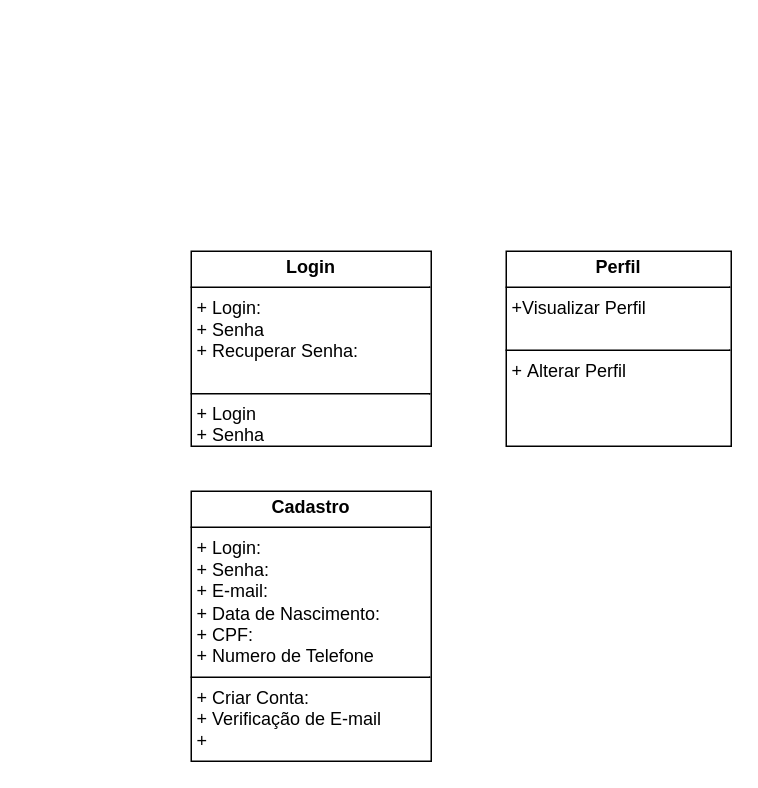
Earlier version of the draw.io diagram page "Página-2" (2 of 2) of Sistema de Cadastro.drawio (LordKz/DiagramasDeRequisitos). Source tidied: cells renumbered, new cells numbered last; positions are measured from the earlier drawing's top-left corner, leaving out a move shared by most shapes. Both pictures are drawn from the tidied source at 150%, with x=0, y=0 at pixel (190, 250).
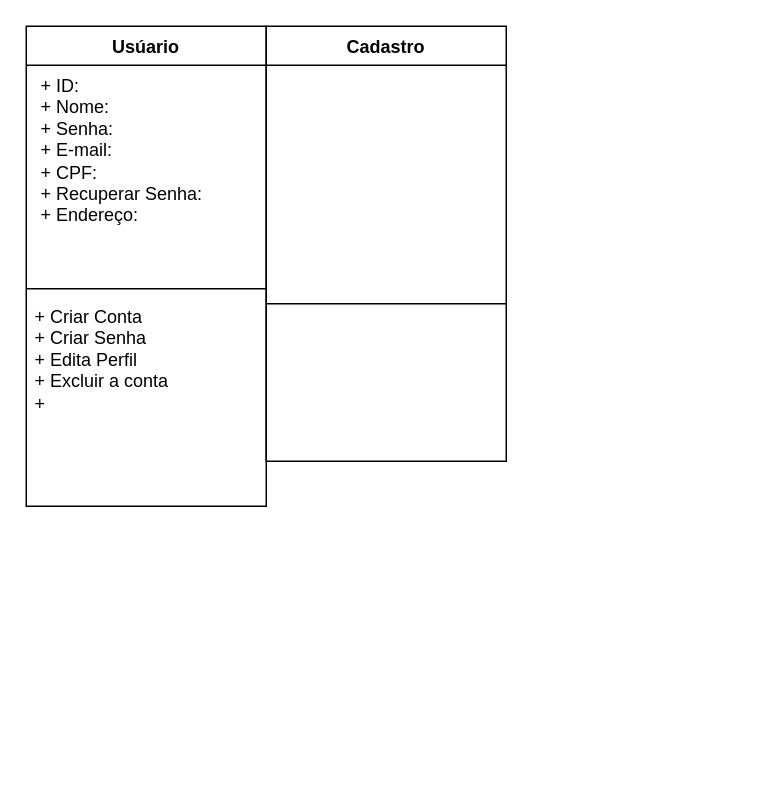
The same page after the edit.

Diff of the diagram source:
```diff
@@
 <mxGraphModel>
   <root>
     <mxCell id="0" />
     <mxCell id="1" parent="0" />
-    <mxCell id="2" value="&lt;p style=&quot;margin:0px;margin-top:4px;text-align:center;&quot;&gt;&lt;b&gt;Login&lt;/b&gt;&lt;/p&gt;&lt;hr size=&quot;1&quot; style=&quot;border-style:solid;&quot;&gt;&lt;p style=&quot;margin:0px;margin-left:4px;&quot;&gt;+ Login:&lt;/p&gt;&lt;p style=&quot;margin:0px;margin-left:4px;&quot;&gt;+ Senha&lt;/p&gt;&lt;p style=&quot;margin:0px;margin-left:4px;&quot;&gt;+ Recuperar Senha:&lt;/p&gt;&lt;p style=&quot;margin:0px;margin-left:4px;&quot;&gt;&lt;br&gt;&lt;/p&gt;&lt;hr size=&quot;1&quot; style=&quot;border-style:solid;&quot;&gt;&lt;p style=&quot;margin:0px;margin-left:4px;&quot;&gt;+ Login&lt;/p&gt;&lt;p style=&quot;margin:0px;margin-left:4px;&quot;&gt;+ Senha&lt;/p&gt;" style="verticalAlign=top;align=left;overflow=fill;html=1;whiteSpace=wrap;" parent="1" vertex="1">
-      <mxGeometry width="160" height="130" as="geometry" />
-    </mxCell>
-    <mxCell id="3" value="&lt;p style=&quot;margin:0px;margin-top:4px;text-align:center;&quot;&gt;&lt;b&gt;Cadastro&lt;/b&gt;&lt;/p&gt;&lt;hr size=&quot;1&quot; style=&quot;border-style:solid;&quot;&gt;&lt;p style=&quot;margin:0px;margin-left:4px;&quot;&gt;+ Login:&lt;/p&gt;&lt;p style=&quot;margin:0px;margin-left:4px;&quot;&gt;+ Senha:&lt;/p&gt;&lt;p style=&quot;margin:0px;margin-left:4px;&quot;&gt;+ E-mail:&lt;/p&gt;&lt;p style=&quot;margin:0px;margin-left:4px;&quot;&gt;+ Data de Nascimento:&lt;/p&gt;&lt;p style=&quot;margin:0px;margin-left:4px;&quot;&gt;+ CPF:&lt;/p&gt;&lt;p style=&quot;margin:0px;margin-left:4px;&quot;&gt;+ Numero de Telefone&lt;/p&gt;&lt;hr size=&quot;1&quot; style=&quot;border-style:solid;&quot;&gt;&lt;p style=&quot;margin:0px;margin-left:4px;&quot;&gt;+ Criar Conta:&lt;/p&gt;&lt;p style=&quot;margin:0px;margin-left:4px;&quot;&gt;+ Verificação de E-mail&lt;/p&gt;&lt;p style=&quot;margin:0px;margin-left:4px;&quot;&gt;+&amp;nbsp;&lt;/p&gt;" style="verticalAlign=top;align=left;overflow=fill;html=1;whiteSpace=wrap;" parent="1" vertex="1">
-      <mxGeometry y="160" width="160" height="180" as="geometry" />
-    </mxCell>
-    <mxCell id="4" value="&lt;p style=&quot;margin:0px;margin-top:4px;text-align:center;&quot;&gt;&lt;b&gt;Perfil&lt;/b&gt;&lt;/p&gt;&lt;hr size=&quot;1&quot; style=&quot;border-style:solid;&quot;&gt;&lt;p style=&quot;margin:0px;margin-left:4px;&quot;&gt;+Visualizar Perfil&lt;/p&gt;&lt;p style=&quot;margin:0px;margin-left:4px;&quot;&gt;&lt;br&gt;&lt;/p&gt;&lt;hr size=&quot;1&quot; style=&quot;border-style:solid;&quot;&gt;&lt;p style=&quot;margin:0px;margin-left:4px;&quot;&gt;+&amp;nbsp;&lt;span style=&quot;background-color: transparent; color: light-dark(rgb(0, 0, 0), rgb(255, 255, 255));&quot;&gt;Alterar Perfil&lt;/span&gt;&lt;/p&gt;&lt;div&gt;&lt;span style=&quot;background-color: transparent; color: light-dark(rgb(0, 0, 0), rgb(255, 255, 255));&quot;&gt;&lt;br&gt;&lt;/span&gt;&lt;/div&gt;" style="verticalAlign=top;align=left;overflow=fill;html=1;whiteSpace=wrap;" parent="1" vertex="1">
-      <mxGeometry x="210" width="150" height="130" as="geometry" />
-    </mxCell>
+    <mxCell id="5" value="Usúario" style="swimlane;fontStyle=1;align=center;verticalAlign=top;horizontal=1;startSize=26;whiteSpace=wrap;html=1;" parent="1" vertex="1">
+      <mxGeometry x="-110" y="-150" width="160" height="320" as="geometry" />
+    </mxCell>
+    <mxCell id="6" value="&lt;p style=&quot;margin: 0px 0px 0px 4px;&quot;&gt;+ ID:&lt;/p&gt;&lt;p style=&quot;margin: 0px 0px 0px 4px;&quot;&gt;+ Nome:&lt;/p&gt;&lt;p style=&quot;margin: 0px 0px 0px 4px;&quot;&gt;+ Senha:&lt;/p&gt;&lt;p style=&quot;margin: 0px 0px 0px 4px;&quot;&gt;+ E-mail:&lt;/p&gt;&lt;p style=&quot;margin: 0px 0px 0px 4px;&quot;&gt;+ CPF:&lt;/p&gt;&lt;p style=&quot;margin: 0px 0px 0px 4px;&quot;&gt;+ Recuperar Senha:&lt;/p&gt;&lt;p style=&quot;margin: 0px 0px 0px 4px;&quot;&gt;+ Endereço:&lt;/p&gt;" style="text;strokeColor=none;fillColor=none;align=left;verticalAlign=top;spacingLeft=4;spacingRight=4;overflow=hidden;whiteSpace=wrap;html=1;" parent="5" vertex="1">
+      <mxGeometry y="26" width="160" height="144" as="geometry" />
+    </mxCell>
+    <mxCell id="7" style="line;strokeWidth=1;fillColor=none;align=left;verticalAlign=middle;spacingTop=-1;spacingLeft=3;spacingRight=3;labelPosition=right;strokeColor=inherit;" parent="5" vertex="1">
+      <mxGeometry y="170" width="160" height="10" as="geometry" />
+    </mxCell>
+    <mxCell id="8" value="+ Criar Conta&lt;div&gt;+ Criar Senha&lt;/div&gt;&lt;div&gt;+ Edita Perfil&lt;/div&gt;&lt;div&gt;+ Excluir a conta&lt;/div&gt;&lt;div&gt;+&lt;/div&gt;" style="text;strokeColor=none;fillColor=none;align=left;verticalAlign=top;spacingLeft=4;spacingRight=4;overflow=hidden;whiteSpace=wrap;html=1;" parent="5" vertex="1">
+      <mxGeometry y="180" width="160" height="140" as="geometry" />
+    </mxCell>
+    <mxCell id="9" value="Cadastro" style="swimlane;fontStyle=1;align=center;verticalAlign=top;horizontal=1;startSize=26;whiteSpace=wrap;html=1;" parent="1" vertex="1">
+      <mxGeometry x="50" y="-150" width="160" height="290" as="geometry" />
+    </mxCell>
+    <mxCell id="10" value="&lt;p style=&quot;margin: 0px 0px 0px 4px;&quot;&gt;&lt;br&gt;&lt;/p&gt;" style="text;strokeColor=none;fillColor=none;align=left;verticalAlign=top;spacingLeft=4;spacingRight=4;overflow=hidden;whiteSpace=wrap;html=1;" parent="9" vertex="1">
+      <mxGeometry y="26" width="160" height="154" as="geometry" />
+    </mxCell>
+    <mxCell id="11" style="line;strokeWidth=1;fillColor=none;align=left;verticalAlign=middle;spacingTop=-1;spacingLeft=3;spacingRight=3;labelPosition=right;strokeColor=inherit;" parent="9" vertex="1">
+      <mxGeometry y="180" width="160" height="10" as="geometry" />
+    </mxCell>
+    <mxCell id="12" value="&lt;p style=&quot;margin: 0px 0px 0px 4px;&quot;&gt;&lt;br&gt;&lt;/p&gt;" style="text;strokeColor=none;fillColor=none;align=left;verticalAlign=top;spacingLeft=4;spacingRight=4;overflow=hidden;whiteSpace=wrap;html=1;" parent="9" vertex="1">
+      <mxGeometry y="190" width="160" height="100" as="geometry" />
+    </mxCell>
   </root>
 </mxGraphModel>
```
